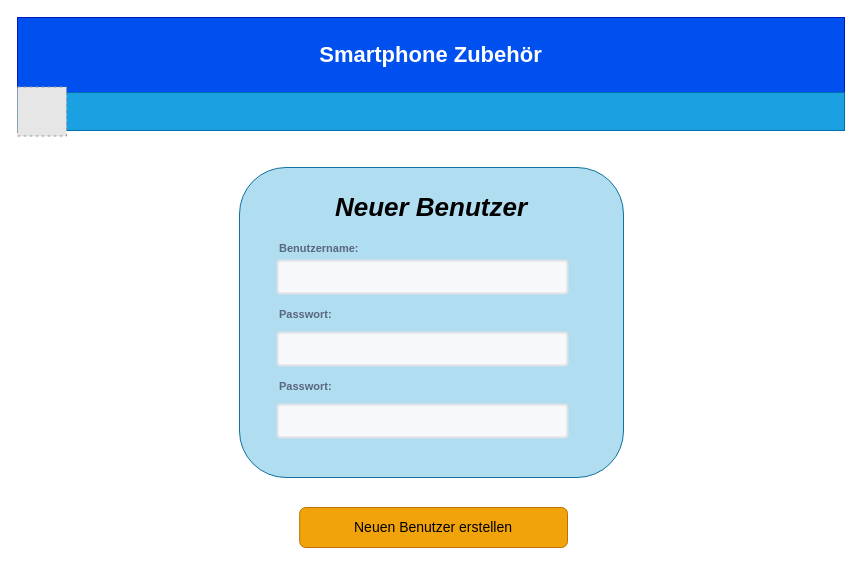
This is page "Neuer Benutzer erstellen" (1 of 11) of Unbenanntes Diagramm.drawio from Lioquacht-Religion/SoftwareErgo, a draw.io file, before an edit. Source tidied: cells renumbered, new cells numbered last; positions are measured from the earlier drawing's top-left corner, leaving out a move shared by most shapes. Both pictures are drawn from the tidied source at 100%, with x=0, y=0 at pixel (17, 17). Pictures stored in the file or linked from it are replaced by grey dashed boxes.
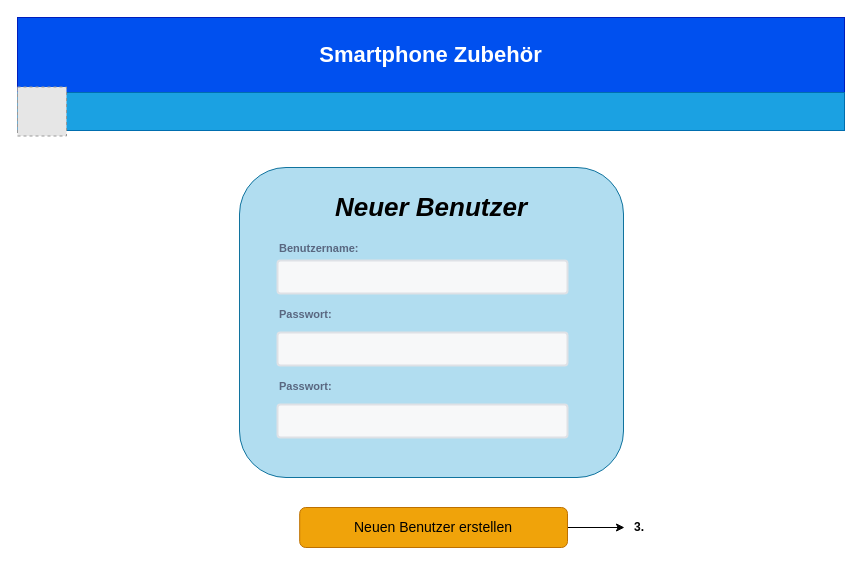
The same diagram, later.

What changed in the source:
```diff
@@
 <mxGraphModel background="#FFFFFF">
   <root>
     <mxCell id="0" />
     <mxCell id="1" parent="0" />
     <mxCell id="2" style="rounded=1;whiteSpace=wrap;html=1;fillColor=#b1ddf0;strokeColor=#10739e;" parent="1" vertex="1">
       <mxGeometry x="222" y="150" width="384" height="310" as="geometry" />
     </mxCell>
     <mxCell id="3" value="Benutzername:" style="fillColor=none;strokeColor=none;html=1;fontSize=11;fontStyle=0;align=left;fontColor=#596780;fontStyle=1;fontSize=11;" parent="1" vertex="1">
       <mxGeometry x="260" y="221" width="240" height="20" as="geometry" />
     </mxCell>
     <mxCell id="4" style="rounded=1;arcSize=9;fillColor=#F7F8F9;align=left;spacingLeft=5;strokeColor=#DEE1E6;html=1;strokeWidth=2;fontSize=12;" parent="1" vertex="1">
       <mxGeometry x="260" y="243" width="290" height="33" as="geometry" />
     </mxCell>
     <mxCell id="5" value="Passwort:" style="fillColor=none;strokeColor=none;html=1;fontSize=11;fontStyle=0;align=left;fontColor=#596780;fontStyle=1;fontSize=11;" parent="1" vertex="1">
       <mxGeometry x="260" y="287" width="240" height="20" as="geometry" />
     </mxCell>
     <mxCell id="6" style="rounded=1;arcSize=9;fillColor=#F7F8F9;align=left;spacingLeft=5;strokeColor=#DEE1E6;html=1;strokeWidth=2;fontSize=12;" parent="1" vertex="1">
       <mxGeometry x="260" y="315" width="290" height="33" as="geometry" />
     </mxCell>
     <mxCell id="7" value="&lt;font style=&quot;font-size: 26px;&quot;&gt;&lt;i&gt;&lt;b&gt;&lt;font style=&quot;font-size: 26px;&quot;&gt;&lt;font style=&quot;font-size: 26px;&quot;&gt;Neuer Benutzer&lt;/font&gt;&lt;/font&gt;&lt;br&gt;&lt;/b&gt;&lt;/i&gt;&lt;/font&gt;" style="text;html=1;strokeColor=none;fillColor=none;align=center;verticalAlign=middle;whiteSpace=wrap;rounded=0;" parent="1" vertex="1">
       <mxGeometry x="303" y="175" width="221.5" height="30" as="geometry" />
     </mxCell>
+    <mxCell id="14" style="edgeStyle=orthogonalEdgeStyle;rounded=0;jettySize=auto;html=1;exitX=1;exitY=0.5;exitDx=0;exitDy=0;" parent="1" edge="1" source="8">
+      <mxGeometry relative="1" as="geometry">
+        <mxPoint x="607" y="510" as="targetPoint" />
+      </mxGeometry>
+    </mxCell>
     <mxCell id="8" value="&lt;font style=&quot;font-size: 14px;&quot;&gt;&lt;font style=&quot;font-size: 14px;&quot;&gt;&lt;font style=&quot;font-size: 14px;&quot;&gt;Neuen Benutzer erstellen&lt;br&gt;&lt;/font&gt;&lt;/font&gt;&lt;/font&gt;" style="rounded=1;html=1;shadow=0;dashed=0;whiteSpace=wrap;fontSize=10;fillColor=#f0a30a;align=center;strokeColor=#BD7000;fontColor=#000000;" parent="1" vertex="1">
       <mxGeometry x="282.2" y="490" width="267.8" height="40" as="geometry" />
     </mxCell>
     <mxCell id="9" value="Passwort:" style="fillColor=none;strokeColor=none;html=1;fontSize=11;fontStyle=0;align=left;fontColor=#596780;fontStyle=1;fontSize=11;" parent="1" vertex="1">
       <mxGeometry x="260" y="359" width="240" height="20" as="geometry" />
     </mxCell>
     <mxCell id="10" style="rounded=1;arcSize=9;fillColor=#F7F8F9;align=left;spacingLeft=5;strokeColor=#DEE1E6;html=1;strokeWidth=2;fontSize=12;" parent="1" vertex="1">
       <mxGeometry x="260" y="387" width="290" height="33" as="geometry" />
     </mxCell>
     <mxCell id="11" value="&lt;font style=&quot;font-size: 22px;&quot;&gt;&lt;b&gt;Smartphone Zubehör&lt;br&gt;&lt;/b&gt;&lt;/font&gt;" style="rounded=0;whiteSpace=wrap;html=1;fillColor=#0050ef;strokeColor=#001DBC;fontColor=#ffffff;" parent="1" vertex="1">
       <mxGeometry width="827" height="75" as="geometry" />
     </mxCell>
     <mxCell id="12" style="rounded=0;whiteSpace=wrap;html=1;fillColor=#1ba1e2;fontColor=#ffffff;strokeColor=#006EAF;" parent="1" vertex="1">
       <mxGeometry y="75" width="827" height="38" as="geometry" />
     </mxCell>
     <mxCell id="13" style="fillColor=#E6E6E6;strokeColor=#999999;dashed=1;html=1;verticalAlign=top;verticalLabelPosition=bottom;labelBackgroundColor=#ffffff;" parent="1" vertex="1">
       <mxGeometry y="69.5" width="49" height="49" as="geometry" />
     </mxCell>
+    <mxCell id="15" value="&lt;b&gt;3.&lt;/b&gt;" style="text;html=1;strokeColor=none;fillColor=none;align=center;verticalAlign=middle;whiteSpace=wrap;rounded=0;" parent="1" vertex="1">
+      <mxGeometry x="592" y="495" width="60" height="30" as="geometry" />
+    </mxCell>
   </root>
 </mxGraphModel>
```
